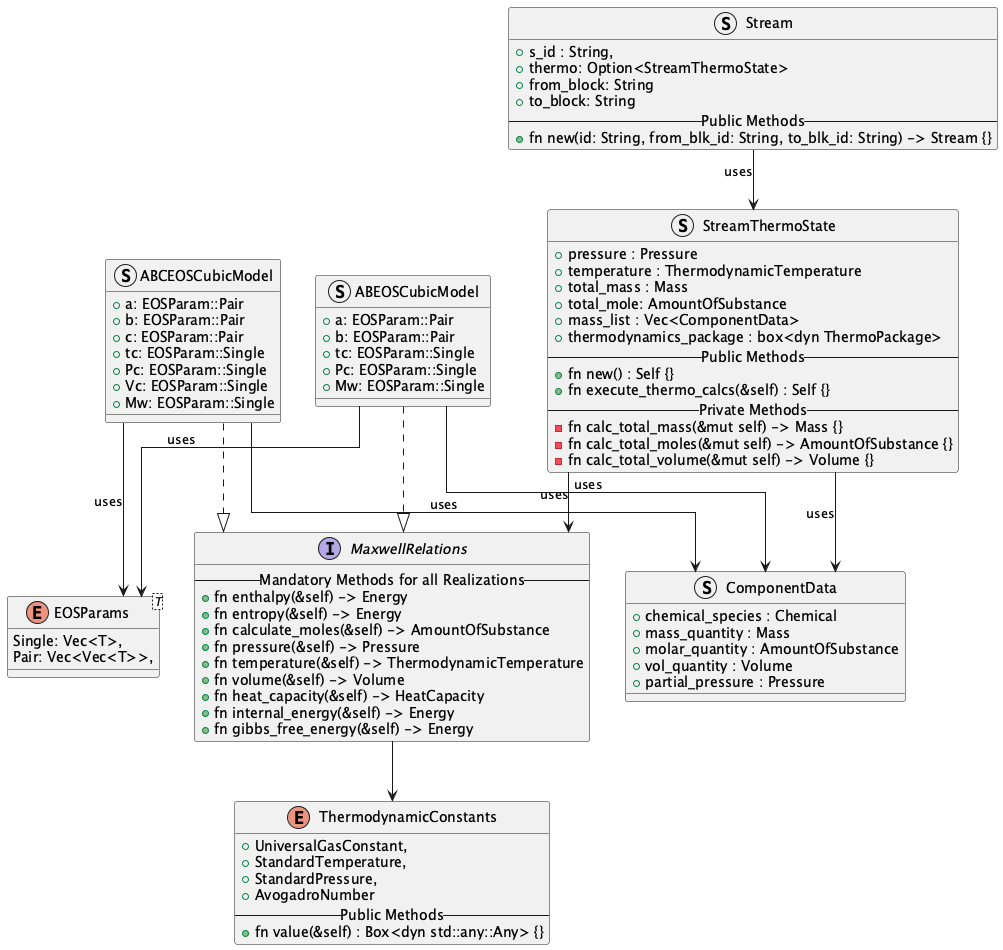
Earlier version of the PlantUML export thermo-module/thermodynamics_module_class_diagram.png (OSCPS-Project/OSCPS-UML).
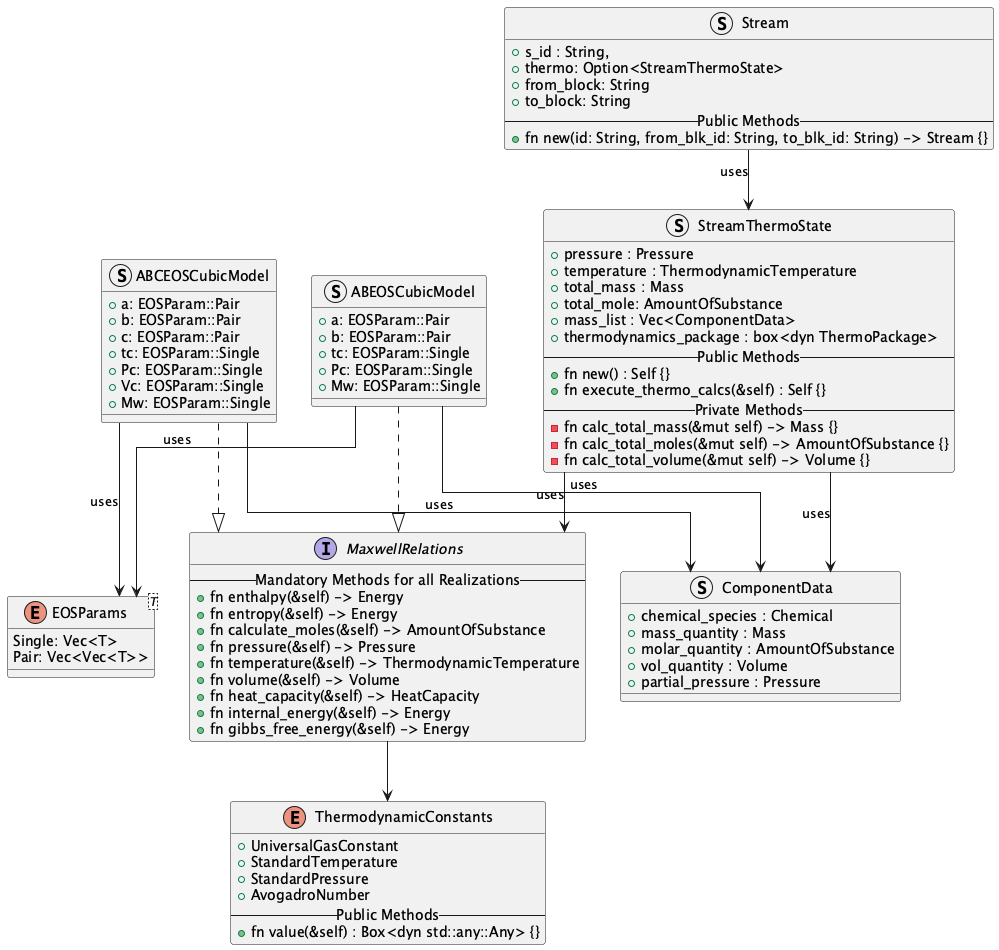
The same file after the commit.

Commit message:
made some minor updates and cleanup to the class diagram

Diff of the diagram source:
```diff
@@ -5,17 +5,17 @@
 !include ../stream-module/connector-module.puml
 
 enum ThermodynamicConstants {
-    + UniversalGasConstant,
-    + StandardTemperature,
-    + StandardPressure,
+    + UniversalGasConstant
+    + StandardTemperature
+    + StandardPressure
     + AvogadroNumber
     --Public Methods--
     + fn value(&self) : Box<dyn std::any::Any> {}
 }
 
 enum EOSParams<T> {
-    Single: Vec<T>,
-    Pair: Vec<Vec<T>>,
+    Single: Vec<T>
+    Pair: Vec<Vec<T>>
 }
 
 Interface MaxwellRelations {
```
